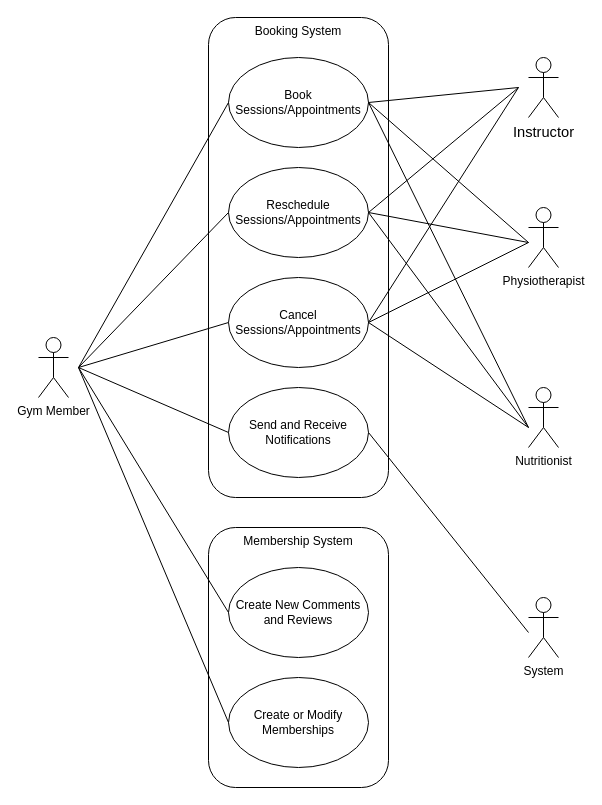
Above: Diagrama sin título.drawio in ChristianBocanegra/Example1 (draw.io), before the change. Source tidied: cells renumbered, new cells numbered last; positions are measured from the earlier drawing's top-left corner, leaving out a move shared by most shapes. Both pictures are drawn from the tidied source at 100%, with x=0, y=0 at pixel (38, 17).
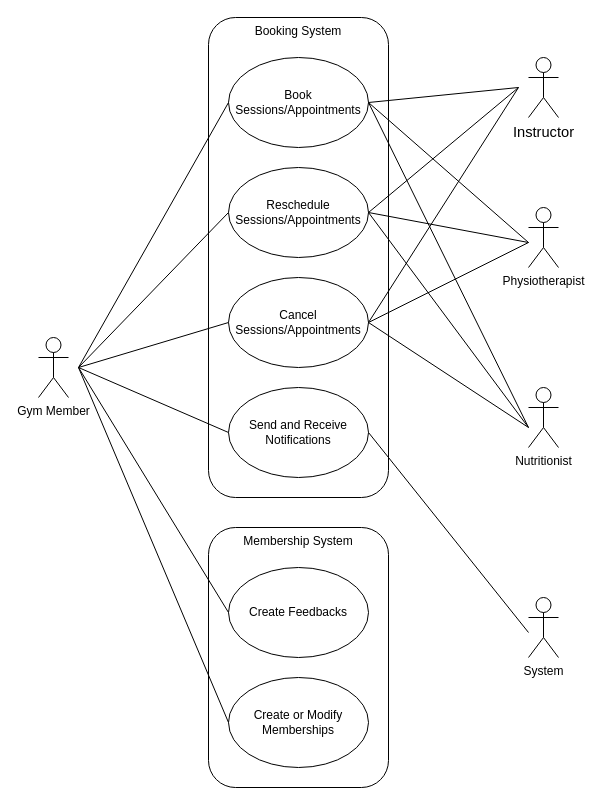
The same diagram, later.

Change to the diagram source:
```diff
@@
-    <mxCell id="12" value="Create New Comments and Reviews" style="ellipse;whiteSpace=wrap;html=1;" parent="1" vertex="1">
+    <mxCell id="12" value="Create Feedbacks" style="ellipse;whiteSpace=wrap;html=1;" parent="1" vertex="1">
       <mxGeometry x="190" y="550" width="140" height="90" as="geometry" />
     </mxCell>
```
